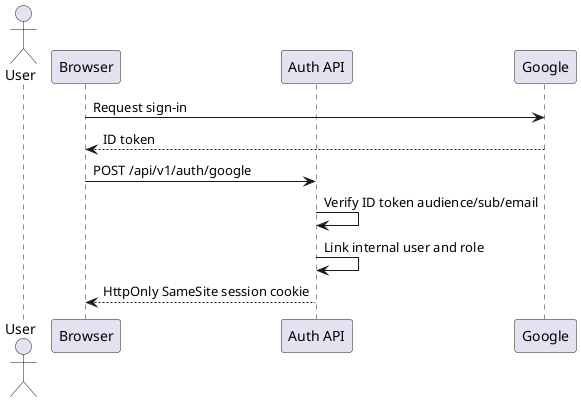
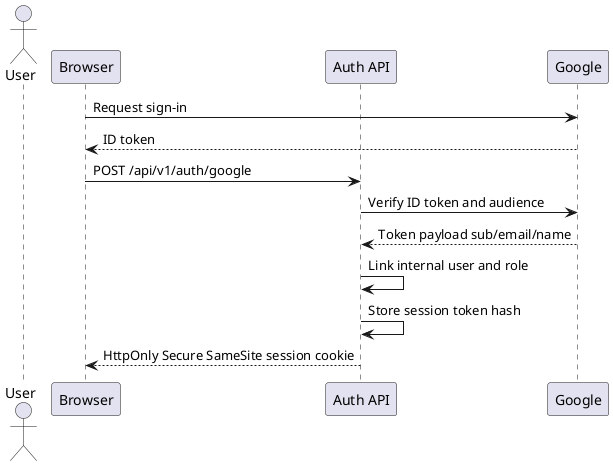
@startuml
actor User
participant Browser
participant "Auth API" as API
participant Google
Browser -> Google: Request sign-in
Google --> Browser: ID token
Browser -> API: POST /api/v1/auth/google
- API -> API: Verify ID token audience/sub/email
+ API -> Google: Verify ID token and audience
+ Google --> API: Token payload sub/email/name
API -> API: Link internal user and role
- API --> Browser: HttpOnly SameSite session cookie
+ API -> API: Store session token hash
+ API --> Browser: HttpOnly Secure SameSite session cookie
@enduml
